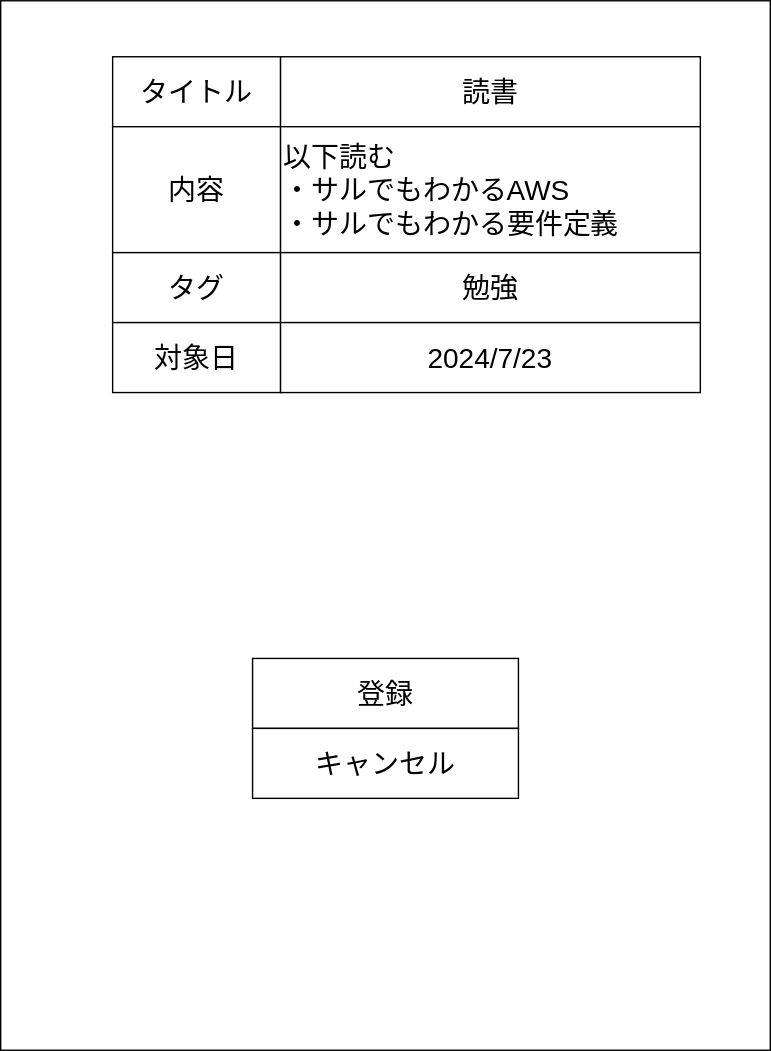
anti-paper/anti_paper_wf keeps this draw.io diagram as make_task.drawio.svg. Above is the earlier version. Source tidied: cells renumbered, new cells last; positions are measured from the earlier drawing's top-left corner, leaving out a move shared by most shapes.
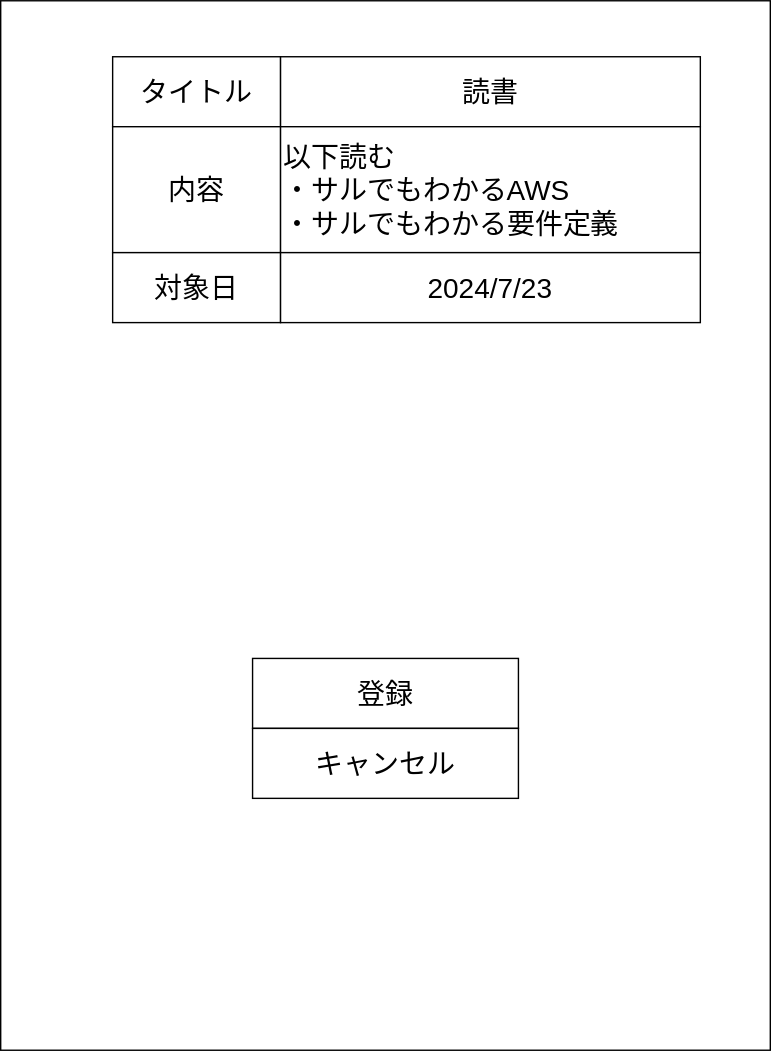
Above is the later version.

Commit message:
タスク作成画面・タスク編集画面修正

Change to the diagram source:
```diff
@@ -23,17 +23,11 @@
     <mxCell id="8" value="以下読む&lt;div&gt;・サルでもわかるAWS&lt;/div&gt;&lt;div&gt;・サルでもわかる要件定義&lt;/div&gt;" style="rounded=0;whiteSpace=wrap;html=1;fontSize=20;align=left;" parent="1" vertex="1">
       <mxGeometry x="200" y="90" width="300" height="90" as="geometry" />
     </mxCell>
-    <mxCell id="9" value="タグ" style="rounded=0;whiteSpace=wrap;html=1;fontSize=20;" parent="1" vertex="1">
+    <mxCell id="9" value="&lt;span style=&quot;&quot;&gt;対象日&lt;/span&gt;" style="rounded=0;whiteSpace=wrap;html=1;fontSize=20;fontColor=light-dark(#000000,#FFFFFF);" parent="1" vertex="1">
       <mxGeometry x="80" y="180" width="120" height="50" as="geometry" />
     </mxCell>
-    <mxCell id="10" value="勉強" style="rounded=0;whiteSpace=wrap;html=1;fontSize=20;" parent="1" vertex="1">
+    <mxCell id="10" value="&lt;span style=&quot;&quot;&gt;2024/7/23&lt;/span&gt;" style="rounded=0;whiteSpace=wrap;html=1;fontSize=20;fontColor=light-dark(#000000,#FFFFFF);" parent="1" vertex="1">
       <mxGeometry x="200" y="180" width="300" height="50" as="geometry" />
     </mxCell>
-    <mxCell id="11" value="対象日" style="rounded=0;whiteSpace=wrap;html=1;fontSize=20;" parent="1" vertex="1">
-      <mxGeometry x="80" y="230" width="120" height="50" as="geometry" />
-    </mxCell>
-    <mxCell id="12" value="2024/7/23" style="rounded=0;whiteSpace=wrap;html=1;fontSize=20;" parent="1" vertex="1">
-      <mxGeometry x="200" y="230" width="300" height="50" as="geometry" />
-    </mxCell>
   </root>
 </mxGraphModel>
```
